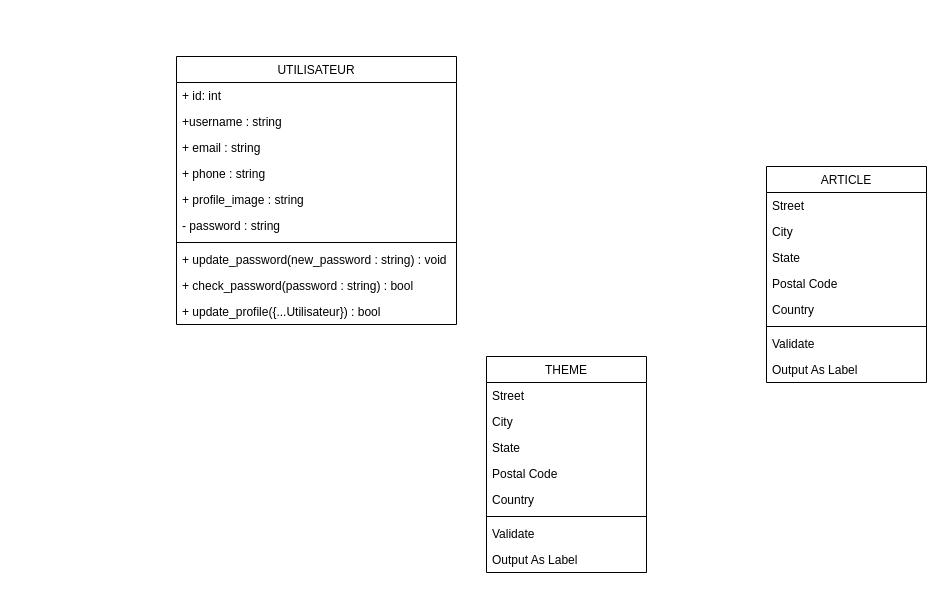
Above: Horizon_Tech.drawio in regisx001/UML (draw.io), before the change. Source tidied: cells renumbered, new cells numbered last; positions are measured from the earlier drawing's top-left corner, leaving out a move shared by most shapes. Both pictures are drawn from the tidied source at 100%, with x=0, y=0 at pixel (176, 56).
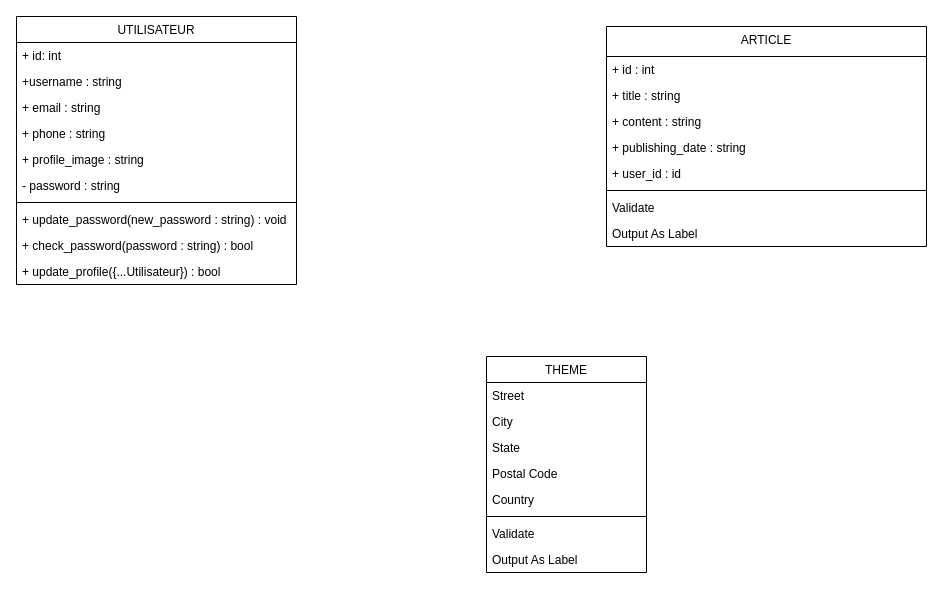
After the change.

What changed in the source:
```diff
@@
     <mxCell id="2" value="UTILISATEUR" style="swimlane;fontStyle=0;align=center;verticalAlign=top;horizontal=1;startSize=26;rounded=0;shadow=0;strokeWidth=1;" parent="1" vertex="1">
-      <mxGeometry width="280" height="268" as="geometry" />
+      <mxGeometry x="-160" y="-40" width="280" height="268" as="geometry" />
     </mxCell>
@@
-    <mxCell id="13" value="ARTICLE" style="swimlane;fontStyle=0;align=center;verticalAlign=top;horizontal=1;startSize=26;rounded=0;shadow=0;strokeWidth=1;" parent="1" vertex="1">
-      <mxGeometry x="590" y="110" width="160" height="216" as="geometry" />
+    <mxCell id="13" value="ARTICLE" style="swimlane;fontStyle=0;align=center;verticalAlign=top;horizontal=1;startSize=30;rounded=0;shadow=0;strokeWidth=1;" parent="1" vertex="1">
+      <mxGeometry x="430" y="-30" width="320" height="220" as="geometry" />
     </mxCell>
-    <mxCell id="14" value="Street" style="text;align=left;verticalAlign=top;spacingLeft=4;spacingRight=4;overflow=hidden;" parent="13" vertex="1">
-      <mxGeometry y="26" width="160" height="26" as="geometry" />
+    <mxCell id="14" value="+ id : int" style="text;align=left;verticalAlign=top;spacingLeft=4;spacingRight=4;overflow=hidden;" parent="13" vertex="1">
+      <mxGeometry y="30" width="320" height="26" as="geometry" />
     </mxCell>
-    <mxCell id="15" value="City" style="text;align=left;verticalAlign=top;spacingLeft=4;spacingRight=4;overflow=hidden;rounded=0;shadow=0;html=0;" parent="13" vertex="1">
-      <mxGeometry y="52" width="160" height="26" as="geometry" />
+    <mxCell id="15" value="+ title : string" style="text;align=left;verticalAlign=top;spacingLeft=4;spacingRight=4;overflow=hidden;rounded=0;shadow=0;html=0;" parent="13" vertex="1">
+      <mxGeometry y="56" width="320" height="26" as="geometry" />
     </mxCell>
-    <mxCell id="16" value="State" style="text;align=left;verticalAlign=top;spacingLeft=4;spacingRight=4;overflow=hidden;rounded=0;shadow=0;html=0;" parent="13" vertex="1">
-      <mxGeometry y="78" width="160" height="26" as="geometry" />
+    <mxCell id="16" value="+ content : string" style="text;align=left;verticalAlign=top;spacingLeft=4;spacingRight=4;overflow=hidden;rounded=0;shadow=0;html=0;" parent="13" vertex="1">
+      <mxGeometry y="82" width="320" height="26" as="geometry" />
     </mxCell>
-    <mxCell id="17" value="Postal Code" style="text;align=left;verticalAlign=top;spacingLeft=4;spacingRight=4;overflow=hidden;rounded=0;shadow=0;html=0;" parent="13" vertex="1">
-      <mxGeometry y="104" width="160" height="26" as="geometry" />
+    <mxCell id="17" value="+ publishing_date : string" style="text;align=left;verticalAlign=top;spacingLeft=4;spacingRight=4;overflow=hidden;rounded=0;shadow=0;html=0;" parent="13" vertex="1">
+      <mxGeometry y="108" width="320" height="26" as="geometry" />
     </mxCell>
-    <mxCell id="18" value="Country" style="text;align=left;verticalAlign=top;spacingLeft=4;spacingRight=4;overflow=hidden;rounded=0;shadow=0;html=0;" parent="13" vertex="1">
-      <mxGeometry y="130" width="160" height="26" as="geometry" />
+    <mxCell id="18" value="+ user_id : id" style="text;align=left;verticalAlign=top;spacingLeft=4;spacingRight=4;overflow=hidden;rounded=0;shadow=0;html=0;" parent="13" vertex="1">
+      <mxGeometry y="134" width="320" height="26" as="geometry" />
     </mxCell>
     <mxCell id="19" style="line;html=1;strokeWidth=1;align=left;verticalAlign=middle;spacingTop=-1;spacingLeft=3;spacingRight=3;labelPosition=right;" parent="13" vertex="1">
-      <mxGeometry y="156" width="160" height="8" as="geometry" />
+      <mxGeometry y="160" width="320" height="8" as="geometry" />
     </mxCell>
     <mxCell id="20" value="Validate" style="text;align=left;verticalAlign=top;spacingLeft=4;spacingRight=4;overflow=hidden;" parent="13" vertex="1">
-      <mxGeometry y="164" width="160" height="26" as="geometry" />
+      <mxGeometry y="168" width="320" height="26" as="geometry" />
     </mxCell>
     <mxCell id="21" value="Output As Label" style="text;align=left;verticalAlign=top;spacingLeft=4;spacingRight=4;overflow=hidden;" parent="13" vertex="1">
-      <mxGeometry y="190" width="160" height="26" as="geometry" />
+      <mxGeometry y="194" width="320" height="26" as="geometry" />
     </mxCell>
```
